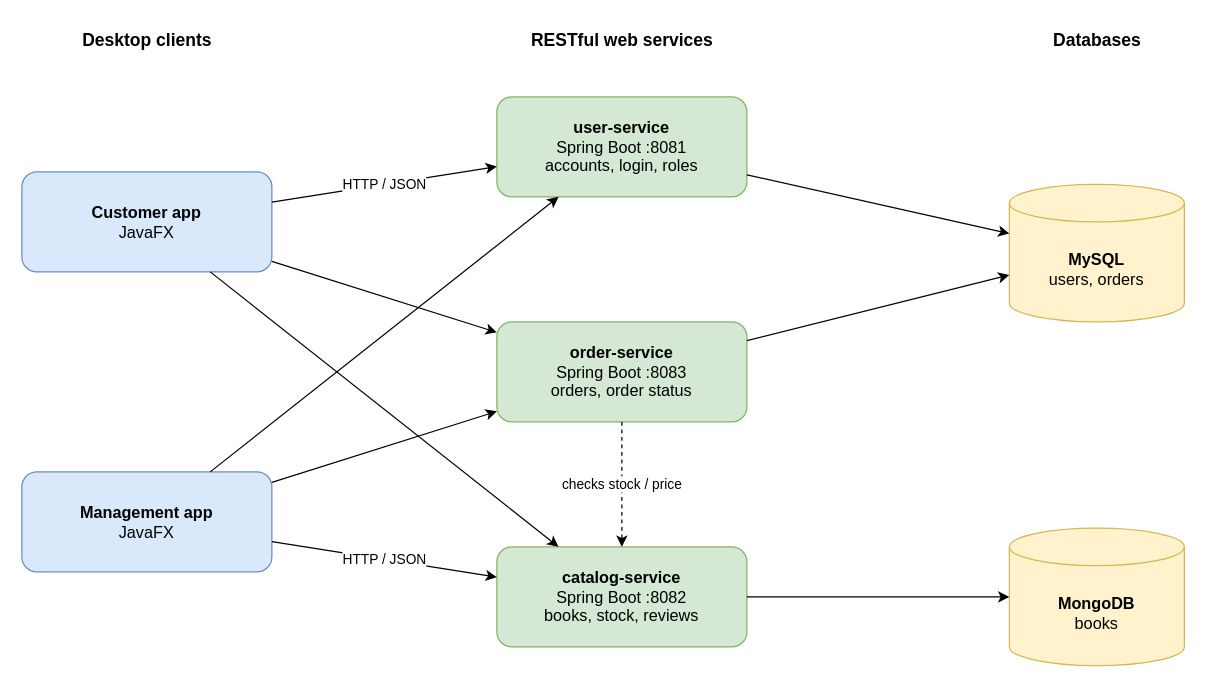
The draw.io diagram docs/02-design/diagrams/architecture.drawio in KFUPMer/csce310-bookstore, before the edit. Source tidied: cells renumbered, new cells numbered last; positions are measured from the earlier drawing's top-left corner, leaving out a move shared by most shapes. Both pictures are drawn from the tidied source at 125%, with x=0, y=0 at pixel (21, 21).
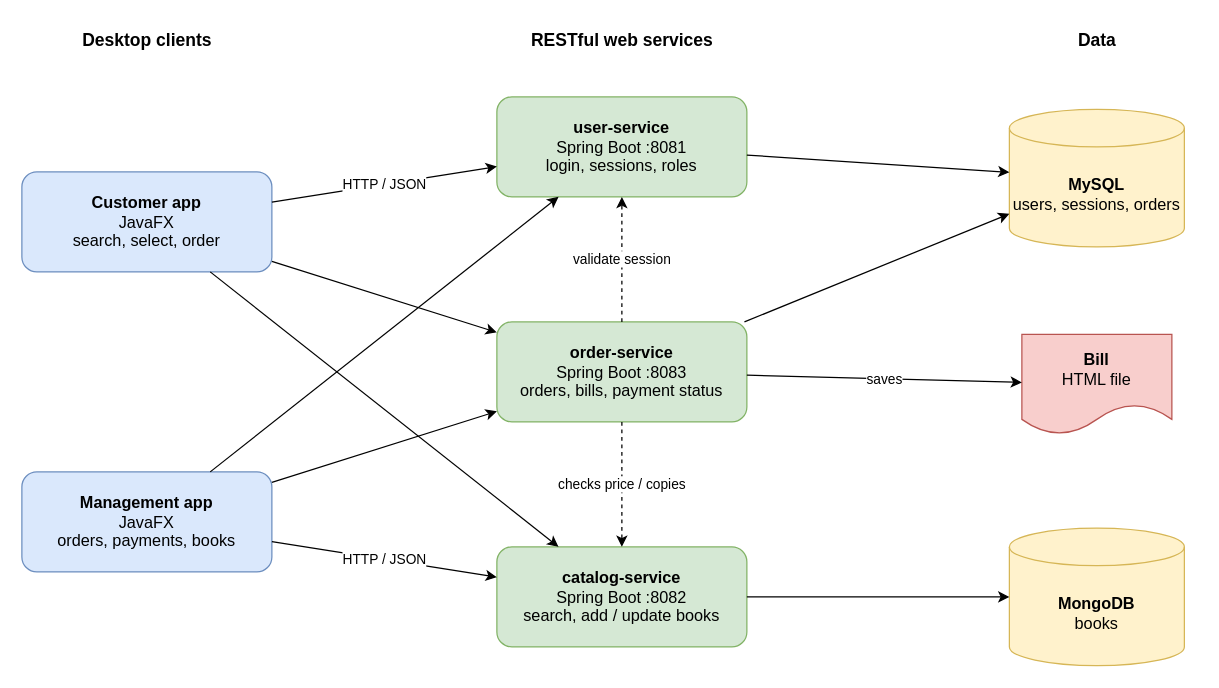
The same page after the edit.

What changed in the source:
```diff
@@
-    <mxCell id="4" value="Databases" style="text;html=1;align=center;verticalAlign=middle;fontStyle=1;fontSize=14;" parent="1" vertex="1">
+    <mxCell id="4" value="Data" style="text;html=1;align=center;verticalAlign=middle;fontStyle=1;fontSize=14;" parent="1" vertex="1">
       <mxGeometry x="780" width="160" height="30" as="geometry" />
     </mxCell>
-    <mxCell id="5" value="&lt;b&gt;Customer app&lt;/b&gt;&lt;br&gt;JavaFX" style="rounded=1;whiteSpace=wrap;html=1;fillColor=#dae8fc;strokeColor=#6c8ebf;fontSize=13;" parent="1" vertex="1">
+    <mxCell id="5" value="&lt;b&gt;Customer app&lt;/b&gt;&lt;br&gt;JavaFX&lt;br&gt;search, select, order" style="rounded=1;whiteSpace=wrap;html=1;fillColor=#dae8fc;strokeColor=#6c8ebf;fontSize=13;" parent="1" vertex="1">
       <mxGeometry y="120" width="200" height="80" as="geometry" />
     </mxCell>
-    <mxCell id="6" value="&lt;b&gt;Management app&lt;/b&gt;&lt;br&gt;JavaFX" style="rounded=1;whiteSpace=wrap;html=1;fillColor=#dae8fc;strokeColor=#6c8ebf;fontSize=13;" parent="1" vertex="1">
+    <mxCell id="6" value="&lt;b&gt;Management app&lt;/b&gt;&lt;br&gt;JavaFX&lt;br&gt;orders, payments, books" style="rounded=1;whiteSpace=wrap;html=1;fillColor=#dae8fc;strokeColor=#6c8ebf;fontSize=13;" parent="1" vertex="1">
       <mxGeometry y="360" width="200" height="80" as="geometry" />
     </mxCell>
-    <mxCell id="7" value="&lt;b&gt;user-service&lt;/b&gt;&lt;br&gt;Spring Boot :8081&lt;br&gt;accounts, login, roles" style="rounded=1;whiteSpace=wrap;html=1;fillColor=#d5e8d4;strokeColor=#82b366;fontSize=13;" parent="1" vertex="1">
+    <mxCell id="7" value="&lt;b&gt;user-service&lt;/b&gt;&lt;br&gt;Spring Boot :8081&lt;br&gt;login, sessions, roles" style="rounded=1;whiteSpace=wrap;html=1;fillColor=#d5e8d4;strokeColor=#82b366;fontSize=13;" parent="1" vertex="1">
       <mxGeometry x="380" y="60" width="200" height="80" as="geometry" />
     </mxCell>
-    <mxCell id="8" value="&lt;b&gt;order-service&lt;/b&gt;&lt;br&gt;Spring Boot :8083&lt;br&gt;orders, order status" style="rounded=1;whiteSpace=wrap;html=1;fillColor=#d5e8d4;strokeColor=#82b366;fontSize=13;" parent="1" vertex="1">
+    <mxCell id="8" value="&lt;b&gt;order-service&lt;/b&gt;&lt;br&gt;Spring Boot :8083&lt;br&gt;orders, bills, payment status" style="rounded=1;whiteSpace=wrap;html=1;fillColor=#d5e8d4;strokeColor=#82b366;fontSize=13;" parent="1" vertex="1">
       <mxGeometry x="380" y="240" width="200" height="80" as="geometry" />
     </mxCell>
-    <mxCell id="9" value="&lt;b&gt;catalog-service&lt;/b&gt;&lt;br&gt;Spring Boot :8082&lt;br&gt;books, stock, reviews" style="rounded=1;whiteSpace=wrap;html=1;fillColor=#d5e8d4;strokeColor=#82b366;fontSize=13;" parent="1" vertex="1">
+    <mxCell id="9" value="&lt;b&gt;catalog-service&lt;/b&gt;&lt;br&gt;Spring Boot :8082&lt;br&gt;search, add / update books" style="rounded=1;whiteSpace=wrap;html=1;fillColor=#d5e8d4;strokeColor=#82b366;fontSize=13;" parent="1" vertex="1">
       <mxGeometry x="380" y="420" width="200" height="80" as="geometry" />
     </mxCell>
-    <mxCell id="10" value="&lt;b&gt;MySQL&lt;/b&gt;&lt;br&gt;users, orders" style="shape=cylinder3;whiteSpace=wrap;html=1;boundedLbl=1;size=15;fillColor=#fff2cc;strokeColor=#d6b656;fontSize=13;" parent="1" vertex="1">
-      <mxGeometry x="790" y="130" width="140" height="110" as="geometry" />
+    <mxCell id="10" value="&lt;b&gt;MySQL&lt;/b&gt;&lt;br&gt;users, sessions, orders" style="shape=cylinder3;whiteSpace=wrap;html=1;boundedLbl=1;size=15;fillColor=#fff2cc;strokeColor=#d6b656;fontSize=13;" parent="1" vertex="1">
+      <mxGeometry x="790" y="70" width="140" height="110" as="geometry" />
     </mxCell>
@@
-    <mxCell id="21" value="checks stock / price" style="endArrow=classic;html=1;rounded=0;dashed=1;fontSize=11;" parent="1" edge="1" source="8" target="9">
+    <mxCell id="21" value="checks price / copies" style="endArrow=classic;html=1;rounded=0;dashed=1;fontSize=11;" parent="1" edge="1" source="8" target="9">
       <mxGeometry relative="1" as="geometry" />
     </mxCell>
+    <mxCell id="22" value="&lt;b&gt;Bill&lt;/b&gt;&lt;br&gt;HTML file" style="shape=document;whiteSpace=wrap;html=1;boundedLbl=1;fillColor=#f8cecc;strokeColor=#b85450;fontSize=13;" parent="1" vertex="1">
+      <mxGeometry x="800" y="250" width="120" height="80" as="geometry" />
+    </mxCell>
+    <mxCell id="23" value="saves" style="endArrow=classic;html=1;rounded=0;fontSize=11;" parent="1" edge="1" source="8" target="22">
+      <mxGeometry relative="1" as="geometry" />
+    </mxCell>
+    <mxCell id="24" value="validate session" style="endArrow=classic;html=1;rounded=0;dashed=1;fontSize=11;" parent="1" edge="1" source="8" target="7">
+      <mxGeometry relative="1" as="geometry" />
+    </mxCell>
```
